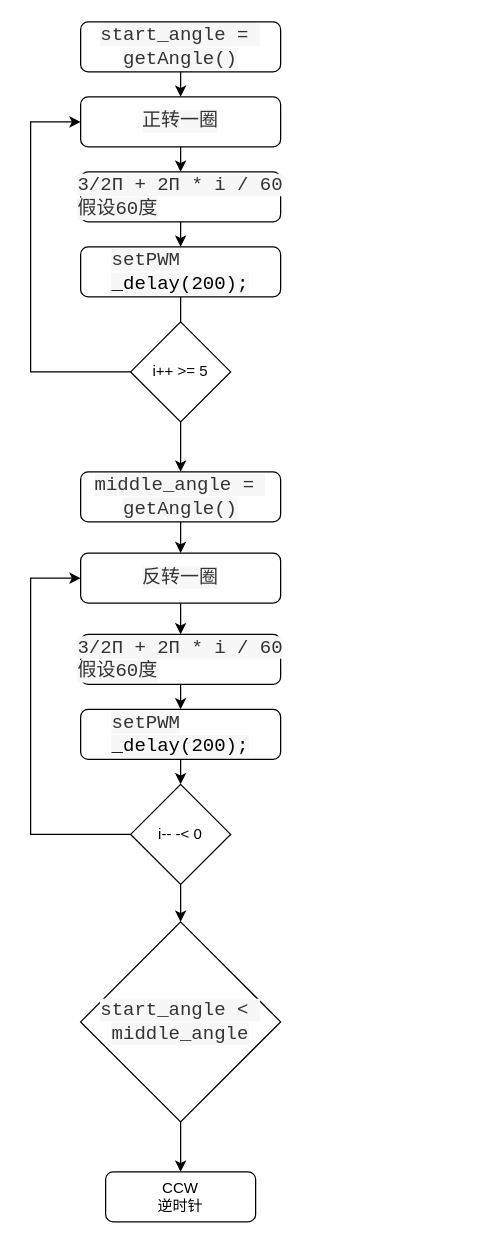
The draw.io diagram 编码器操作.drawio in Vinson-001/Blog-flow-chart, before the edit. Source tidied: cells renumbered, new cells numbered last; positions are measured from the earlier drawing's top-left corner, leaving out a move shared by most shapes. Both pictures are drawn from the tidied source at 125%, with x=0, y=0 at pixel (30, 21).
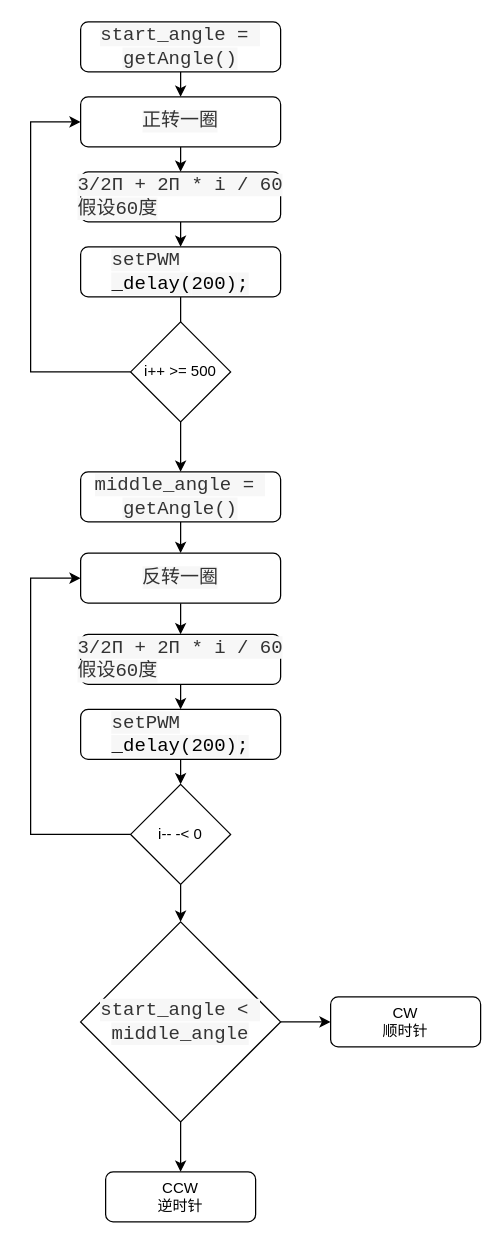
The same page after the edit.

Commit message (it also covers changes not shown here):
更新编码器操作.drawio

Unchanged cells that the change refers to:
```xml
<mxCell id="25" value="&lt;span style=&quot;color: rgb(51, 51, 51); font-family: Inconsolata, Consolas, Menlo, Monaco, &amp;quot;Andale Mono WT&amp;quot;, &amp;quot;Andale Mono&amp;quot;, &amp;quot;Lucida Console&amp;quot;, &amp;quot;DejaVu Sans Mono&amp;quot;, &amp;quot;Bitstream Vera Sans Mono&amp;quot;, &amp;quot;Courier New&amp;quot;, Courier, monospace; font-size: 15.2px; text-align: left; white-space: pre; background-color: rgb(247, 247, 247);&quot;&gt;start_angle &amp;lt; &lt;/span&gt;&lt;div&gt;&lt;span style=&quot;color: rgb(51, 51, 51); font-family: Inconsolata, Consolas, Menlo, Monaco, &amp;quot;Andale Mono WT&amp;quot;, &amp;quot;Andale Mono&amp;quot;, &amp;quot;Lucida Console&amp;quot;, &amp;quot;DejaVu Sans Mono&amp;quot;, &amp;quot;Bitstream Vera Sans Mono&amp;quot;, &amp;quot;Courier New&amp;quot;, Courier, monospace; font-size: 15.2px; text-align: left; white-space: pre; background-color: rgb(247, 247, 247);&quot;&gt;middle_angle&lt;/span&gt;&lt;/div&gt;" style="rhombus;whiteSpace=wrap;html=1;" parent="1" vertex="1">
  <mxGeometry x="40" y="720" width="160" height="160" as="geometry" />
</mxCell>
```

The edit, as a diff of the source:
```diff
@@
-    <mxCell id="12" value="i++ &amp;gt;= 5" style="rhombus;whiteSpace=wrap;html=1;" parent="1" vertex="1">
+    <mxCell id="12" value="i++ &amp;gt;= 500" style="rhombus;whiteSpace=wrap;html=1;" parent="1" vertex="1">
       <mxGeometry x="80" y="240" width="80" height="80" as="geometry" />
     </mxCell>
@@
+    <mxCell id="27" style="edgeStyle=orthogonalEdgeStyle;rounded=0;jettySize=auto;html=1;exitX=1;exitY=0.5;exitDx=0;exitDy=0;entryX=0;entryY=0.5;entryDx=0;entryDy=0;" parent="1" edge="1" source="25" target="28">
+      <mxGeometry relative="1" as="geometry" />
+    </mxCell>
@@
+    <mxCell id="28" value="CW&lt;div&gt;顺时针&lt;/div&gt;" style="rounded=1;whiteSpace=wrap;html=1;" parent="1" vertex="1">
+      <mxGeometry x="240" y="780" width="120" height="40" as="geometry" />
+    </mxCell>
```
